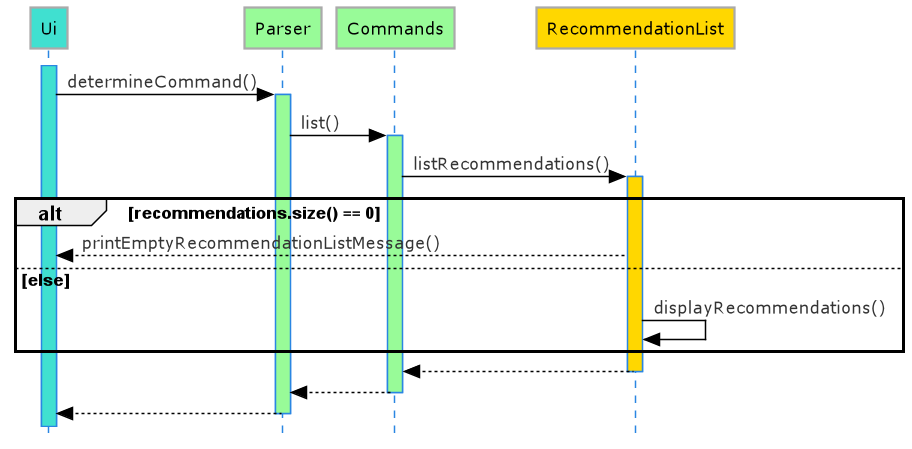
nus-cs2113-AY2021S2/tp keeps this PlantUML diagram as docs/diagrams/List_Reco_Sequence_Diagram.png. Above is the earlier version.
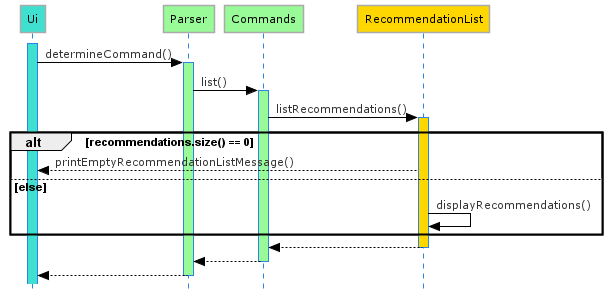
After the change.

Diff of the diagram source:
```diff
@@ -1,4 +1,4 @@
-@startuml List_Sequence_Diagram
+@startuml List_Reco_Sequence_Diagram
 !define LIGHTBLUE
 !includeurl https://raw.githubusercontent.com/Drakemor/RedDress-PlantUML/master/style.puml
 skinparam style strictuml
```
